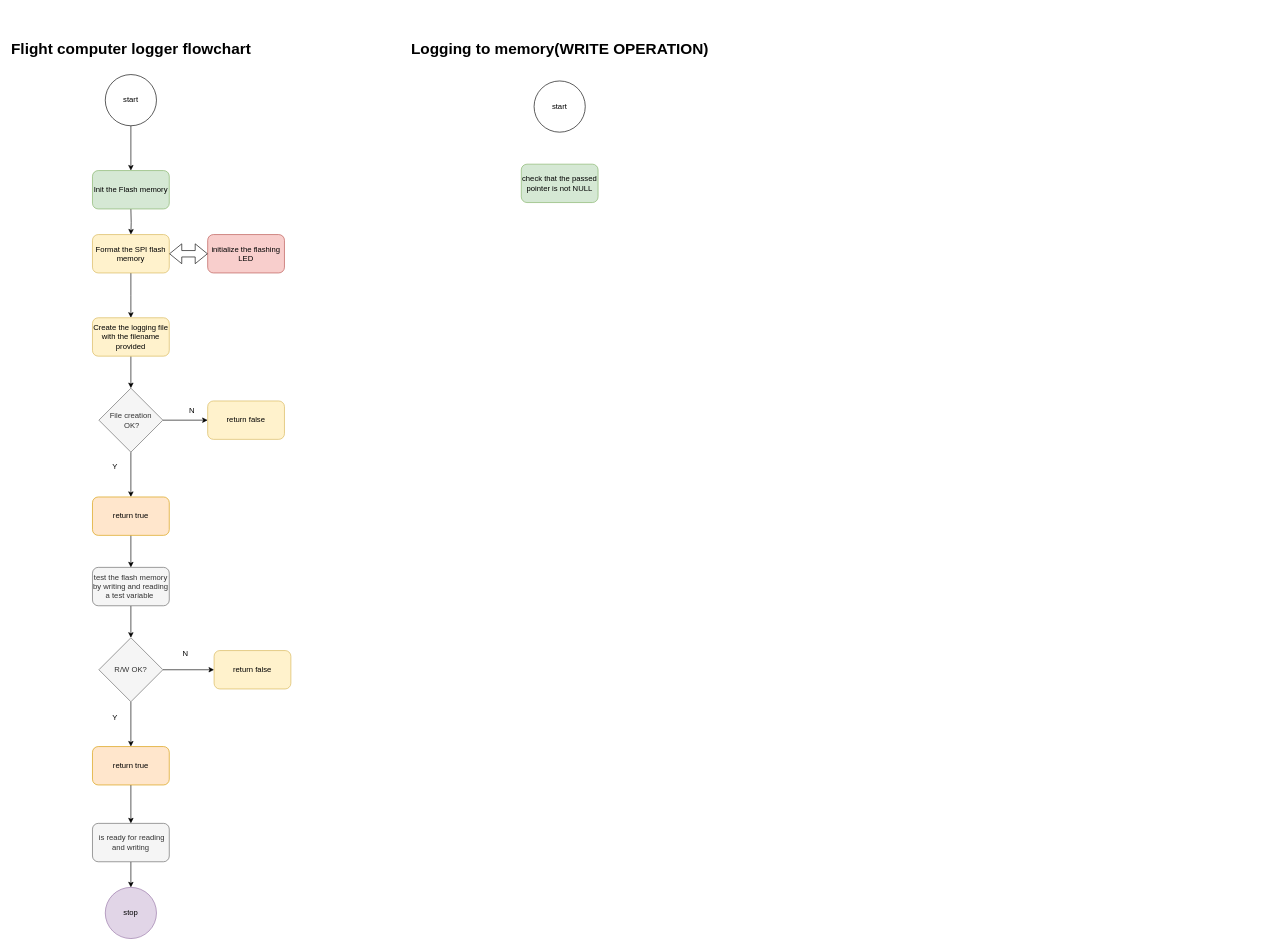
Before: flight-software/FlightSoftware-N4-main/conceptual-design/onboard-logger-flowchart.drawio in nakujaproject/N4-Recovery, a draw.io diagram. Source tidied: cells renumbered, new cells numbered last; positions are measured from the earlier drawing's top-left corner, leaving out a move shared by most shapes. Both pictures are drawn from the tidied source at 64%, with x=0, y=0 at pixel (92, 36).
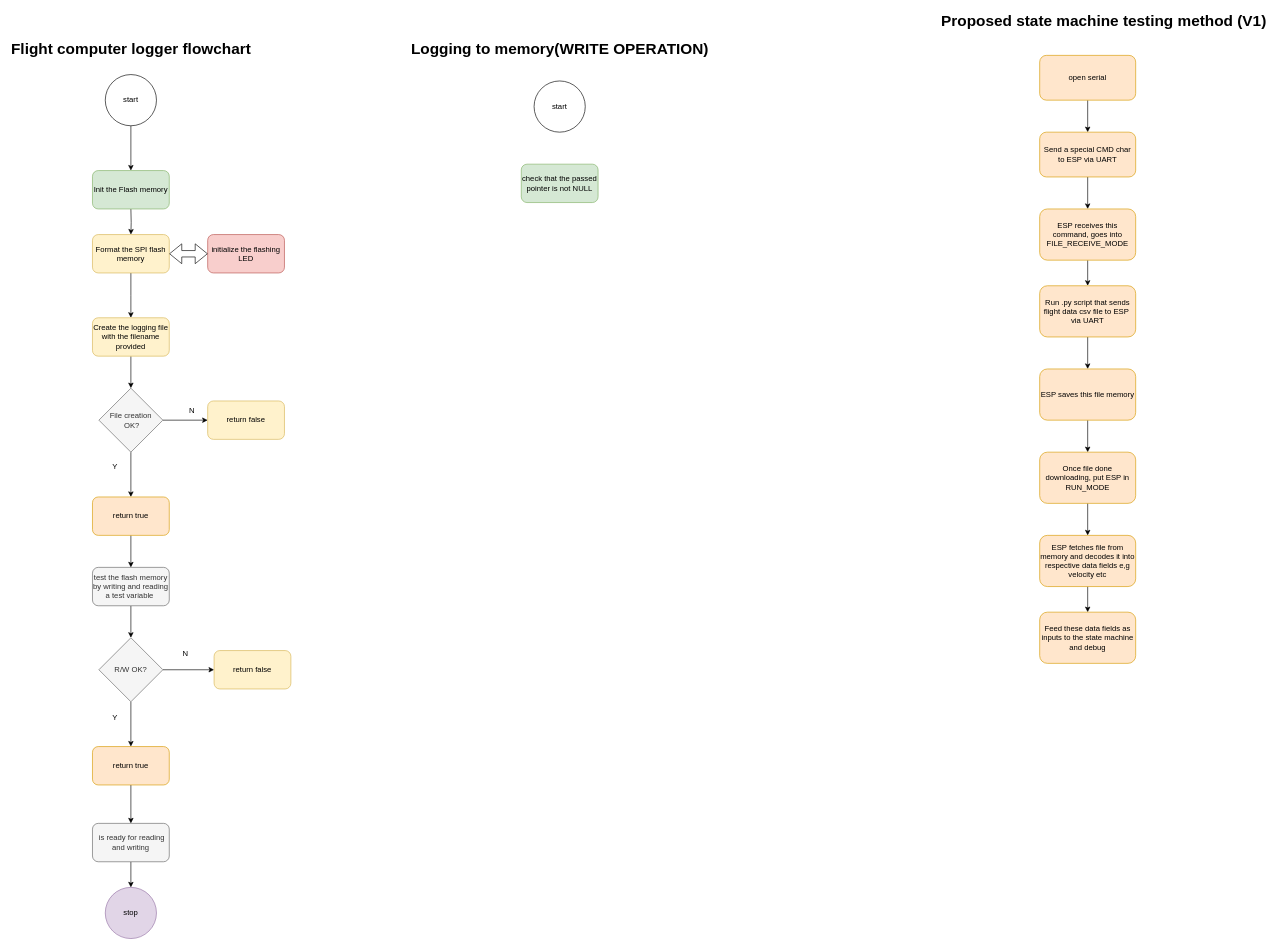
Above is the later version.

Commit message (it also covers changes not shown here):
good logger initialization :hammer:

What changed in the source:
```diff
@@
+    <mxCell id="37" value="Proposed state machine testing method (V1)&lt;div&gt;&lt;br/&gt;&lt;/div&gt;" style="text;strokeColor=none;fillColor=none;html=1;fontSize=24;fontStyle=1;verticalAlign=middle;align=center;" parent="1" vertex="1">
+      <mxGeometry x="1530" y="-30" width="100" height="40" as="geometry" />
+    </mxCell>
+    <mxCell id="38" style="edgeStyle=orthogonalEdgeStyle;rounded=0;jettySize=auto;html=1;" parent="1" edge="1" source="39" target="41">
+      <mxGeometry relative="1" as="geometry" />
+    </mxCell>
+    <mxCell id="39" value="open serial" style="rounded=1;whiteSpace=wrap;html=1;fillColor=#ffe6cc;strokeColor=#d79b00;" parent="1" vertex="1">
+      <mxGeometry x="1480" y="30" width="150" height="70" as="geometry" />
+    </mxCell>
+    <mxCell id="40" style="edgeStyle=orthogonalEdgeStyle;rounded=0;jettySize=auto;html=1;" parent="1" edge="1" source="41" target="43">
+      <mxGeometry relative="1" as="geometry" />
+    </mxCell>
+    <mxCell id="41" value="Send a special CMD char to ESP via UART" style="rounded=1;whiteSpace=wrap;html=1;fillColor=#ffe6cc;strokeColor=#d79b00;" parent="1" vertex="1">
+      <mxGeometry x="1480" y="150" width="150" height="70" as="geometry" />
+    </mxCell>
+    <mxCell id="42" style="edgeStyle=orthogonalEdgeStyle;rounded=0;jettySize=auto;html=1;" parent="1" edge="1" source="43" target="45">
+      <mxGeometry relative="1" as="geometry" />
+    </mxCell>
+    <mxCell id="43" value="ESP receives this command, goes into FILE_RECEIVE_MODE" style="rounded=1;whiteSpace=wrap;html=1;fillColor=#ffe6cc;strokeColor=#d79b00;" parent="1" vertex="1">
+      <mxGeometry x="1480" y="270" width="150" height="80" as="geometry" />
+    </mxCell>
+    <mxCell id="44" style="edgeStyle=orthogonalEdgeStyle;rounded=0;jettySize=auto;html=1;" parent="1" edge="1" source="45" target="47">
+      <mxGeometry relative="1" as="geometry" />
+    </mxCell>
+    <mxCell id="45" value="Run .py script that sends flight data csv file to ESP&amp;nbsp; via UART" style="rounded=1;whiteSpace=wrap;html=1;fillColor=#ffe6cc;strokeColor=#d79b00;" parent="1" vertex="1">
+      <mxGeometry x="1480" y="390" width="150" height="80" as="geometry" />
+    </mxCell>
+    <mxCell id="46" style="edgeStyle=orthogonalEdgeStyle;rounded=0;jettySize=auto;html=1;" parent="1" edge="1" source="47" target="49">
+      <mxGeometry relative="1" as="geometry" />
+    </mxCell>
+    <mxCell id="47" value="ESP saves this file memory" style="rounded=1;whiteSpace=wrap;html=1;fillColor=#ffe6cc;strokeColor=#d79b00;" parent="1" vertex="1">
+      <mxGeometry x="1480" y="520" width="150" height="80" as="geometry" />
+    </mxCell>
+    <mxCell id="48" style="edgeStyle=orthogonalEdgeStyle;rounded=0;jettySize=auto;html=1;" parent="1" edge="1" source="49" target="51">
+      <mxGeometry relative="1" as="geometry" />
+    </mxCell>
+    <mxCell id="49" value="Once file done downloading, put ESP in RUN_MODE" style="rounded=1;whiteSpace=wrap;html=1;fillColor=#ffe6cc;strokeColor=#d79b00;" parent="1" vertex="1">
+      <mxGeometry x="1480" y="650" width="150" height="80" as="geometry" />
+    </mxCell>
+    <mxCell id="50" style="edgeStyle=orthogonalEdgeStyle;rounded=0;jettySize=auto;html=1;" parent="1" edge="1" source="51" target="52">
+      <mxGeometry relative="1" as="geometry" />
+    </mxCell>
+    <mxCell id="51" value="ESP fetches file from memory and decodes it into respective data fields e,g velocity etc" style="rounded=1;whiteSpace=wrap;html=1;fillColor=#ffe6cc;strokeColor=#d79b00;" parent="1" vertex="1">
+      <mxGeometry x="1480" y="780" width="150" height="80" as="geometry" />
+    </mxCell>
+    <mxCell id="52" value="Feed these data fields as inputs to the state machine and debug" style="rounded=1;whiteSpace=wrap;html=1;fillColor=#ffe6cc;strokeColor=#d79b00;" parent="1" vertex="1">
+      <mxGeometry x="1480" y="900" width="150" height="80" as="geometry" />
+    </mxCell>
```
